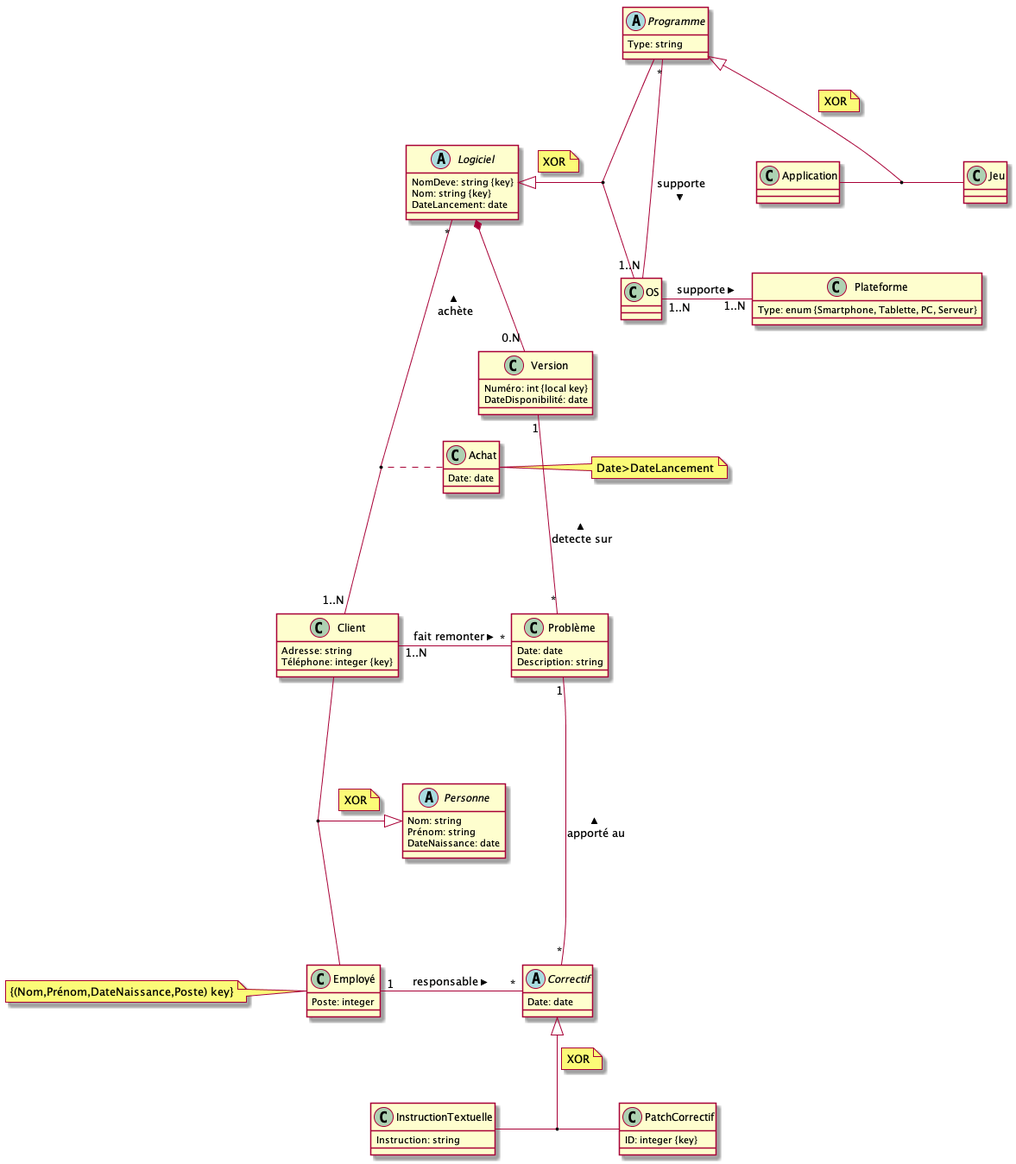
The PlantUML diagram UML files/UML.png in theophaneDurand/Pear, before a commit.
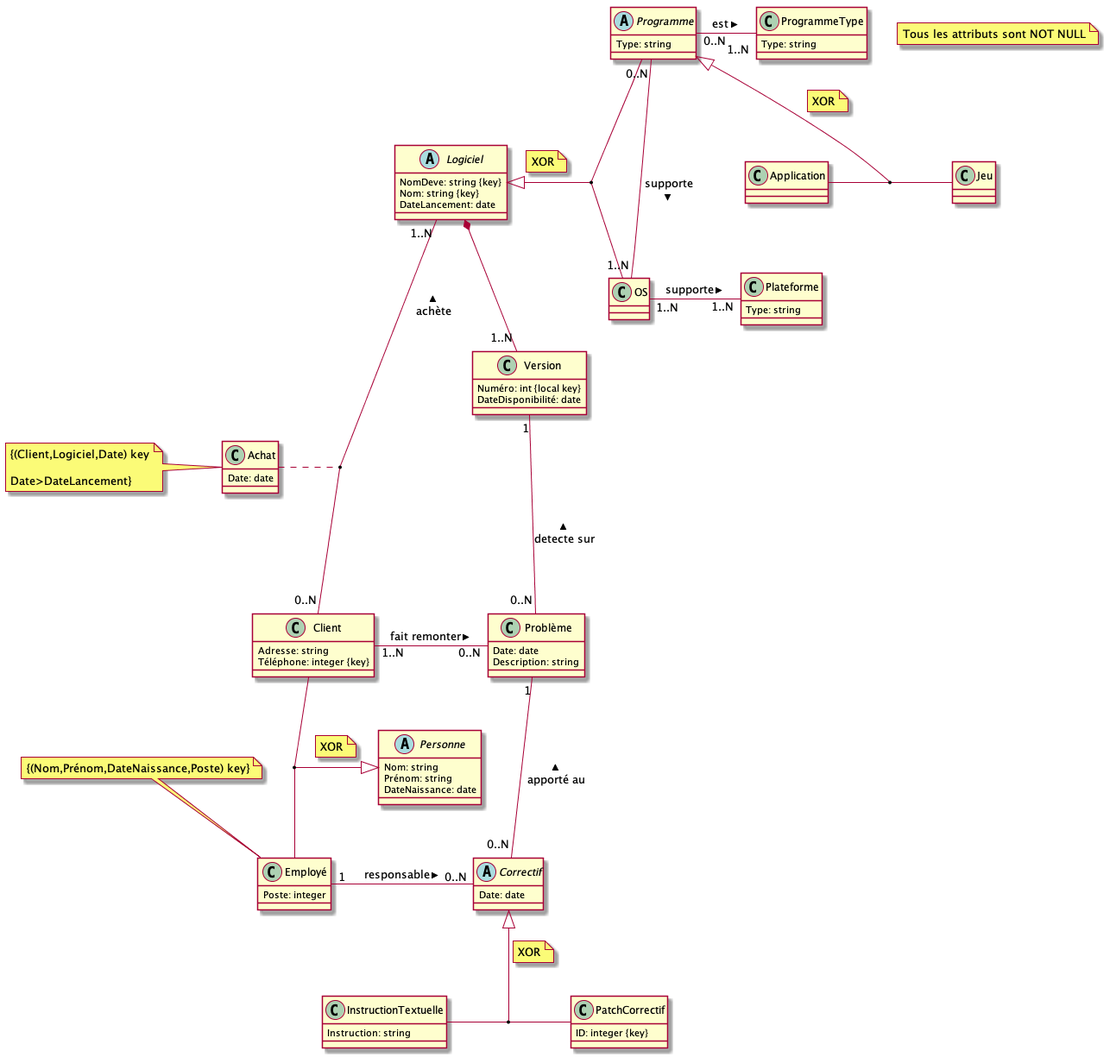
After the commit.

Change to the diagram source:
```diff
@@ -1,5 +1,5 @@
 @startuml
-
+note "Tous les attributs sont NOT NULL" as N1
 abstract class Logiciel{
   NomDeve: string {key}
   Nom: string {key}
@@ -27,11 +27,12 @@
   Prénom: string
   DateNaissance: date
 }
+abstract class Personne
 class Employé{
   Poste: integer
 }
 class Employé
-note left: {(Nom,Prénom,DateNaissance,Poste) key}
+note top: {(Nom,Prénom,DateNaissance,Poste) key}
 class Client{
   Adresse: string
   Téléphone: integer {key}
@@ -40,7 +41,7 @@
   Date: date
 }
 class Achat
-note right: Date>DateLancement
+note LEFT: {(Client,Logiciel,Date) key\n\nDate>DateLancement}
 class OS
 abstract class Programme{
   Type: string
@@ -48,36 +49,40 @@
 class Application
 class Jeu
 class Plateforme{
-  Type: enum {Smartphone, Tablette, PC, Serveur}
+  Type: string
 }
-Client--- Employé
-(Client, Employé) --|> Personne
+class ProgrammeType{
+  Type: string
+}
+
+Client-- Employé
+Personne <|-- (Client, Employé)
 note top on link
 XOR
 end note
-
-Employé "1" -"*" Correctif: responsable >
+Employé "1" -"0..N" Correctif: responsable >
 InstructionTextuelle - PatchCorrectif
 Correctif <|-- (InstructionTextuelle,PatchCorrectif)
 note right on link
 XOR
 end note
-Client "1..N" - "*" Problème: fait remonter >
-Problème "1" ---"*" Correctif: apporté au <
-Version "1"---"*" Problème : detecte sur <
-Logiciel *-- "0.N" Version
-Logiciel "*" ---"1..N"Client : achète <
+Client "1..N" - "0..N" Problème: fait remonter >
+Problème "1" ---"0..N" Correctif: apporté au <
+Version "1"---"0..N" Problème : detecte sur <
+Logiciel *-- "1..N" Version
+Logiciel "1..N" ---"0..N"Client : achète <
 Achat..(Client,Logiciel)
 Logiciel <|-- (Programme,OS)
 note right on link
 XOR
 end note
-Programme "*"---"1..N" OS: supporte >
+Programme "0..N"---"1..N" OS: supporte >
 OS "1..N"-"1..N" Plateforme: supporte >
 Application-Jeu
 Programme <|-- (Application,Jeu)
 note right on link
 XOR
 end note
+Programme "0..N" - "                  1..N" ProgrammeType: est >
 
 @enduml
```
